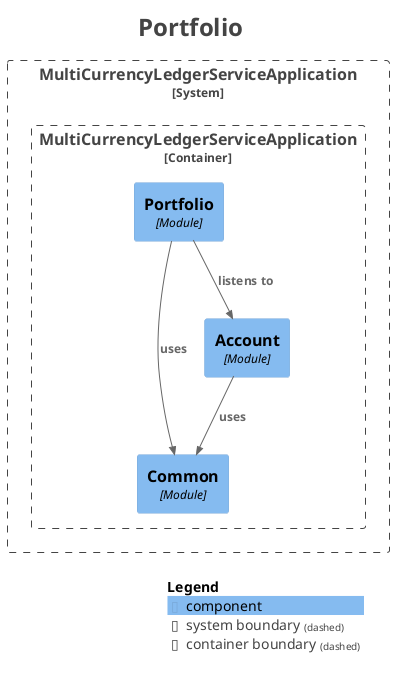
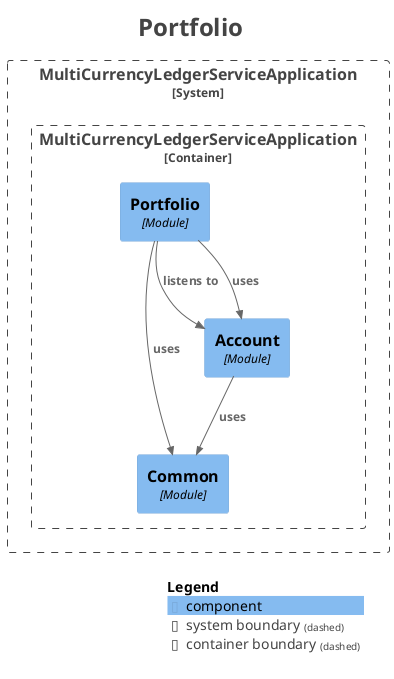
@startuml
title <size:24>Portfolio</size>

set separator none
top to bottom direction

<style>
  root {
    BackgroundColor: #ffffff
    FontColor: #444444
  }
</style>

!include <C4/C4>
!include <C4/C4_Context>
!include <C4/C4_Component>

System_Boundary("MultiCurrencyLedgerServiceApplication_boundary", "MultiCurrencyLedgerServiceApplication", $tags="") {
  Container_Boundary("MultiCurrencyLedgerServiceApplication.MultiCurrencyLedgerServiceApplication_boundary", "MultiCurrencyLedgerServiceApplication", $tags="") {
    Component(MultiCurrencyLedgerServiceApplication.MultiCurrencyLedgerServiceApplication.Common, "Common", $techn="Module", $descr="", $tags="", $link="")
    Component(MultiCurrencyLedgerServiceApplication.MultiCurrencyLedgerServiceApplication.Account, "Account", $techn="Module", $descr="", $tags="", $link="")
    Component(MultiCurrencyLedgerServiceApplication.MultiCurrencyLedgerServiceApplication.Portfolio, "Portfolio", $techn="Module", $descr="", $tags="", $link="")
  }

}

+ Rel(MultiCurrencyLedgerServiceApplication.MultiCurrencyLedgerServiceApplication.Portfolio, MultiCurrencyLedgerServiceApplication.MultiCurrencyLedgerServiceApplication.Account, "listens to", $techn="", $tags="", $link="")
Rel(MultiCurrencyLedgerServiceApplication.MultiCurrencyLedgerServiceApplication.Portfolio, MultiCurrencyLedgerServiceApplication.MultiCurrencyLedgerServiceApplication.Common, "uses", $techn="", $tags="", $link="")
+ Rel(MultiCurrencyLedgerServiceApplication.MultiCurrencyLedgerServiceApplication.Portfolio, MultiCurrencyLedgerServiceApplication.MultiCurrencyLedgerServiceApplication.Account, "uses", $techn="", $tags="", $link="")
Rel(MultiCurrencyLedgerServiceApplication.MultiCurrencyLedgerServiceApplication.Account, MultiCurrencyLedgerServiceApplication.MultiCurrencyLedgerServiceApplication.Common, "uses", $techn="", $tags="", $link="")
- Rel(MultiCurrencyLedgerServiceApplication.MultiCurrencyLedgerServiceApplication.Portfolio, MultiCurrencyLedgerServiceApplication.MultiCurrencyLedgerServiceApplication.Account, "listens to", $techn="", $tags="", $link="")

SHOW_LEGEND(true)
hide stereotypes
@enduml